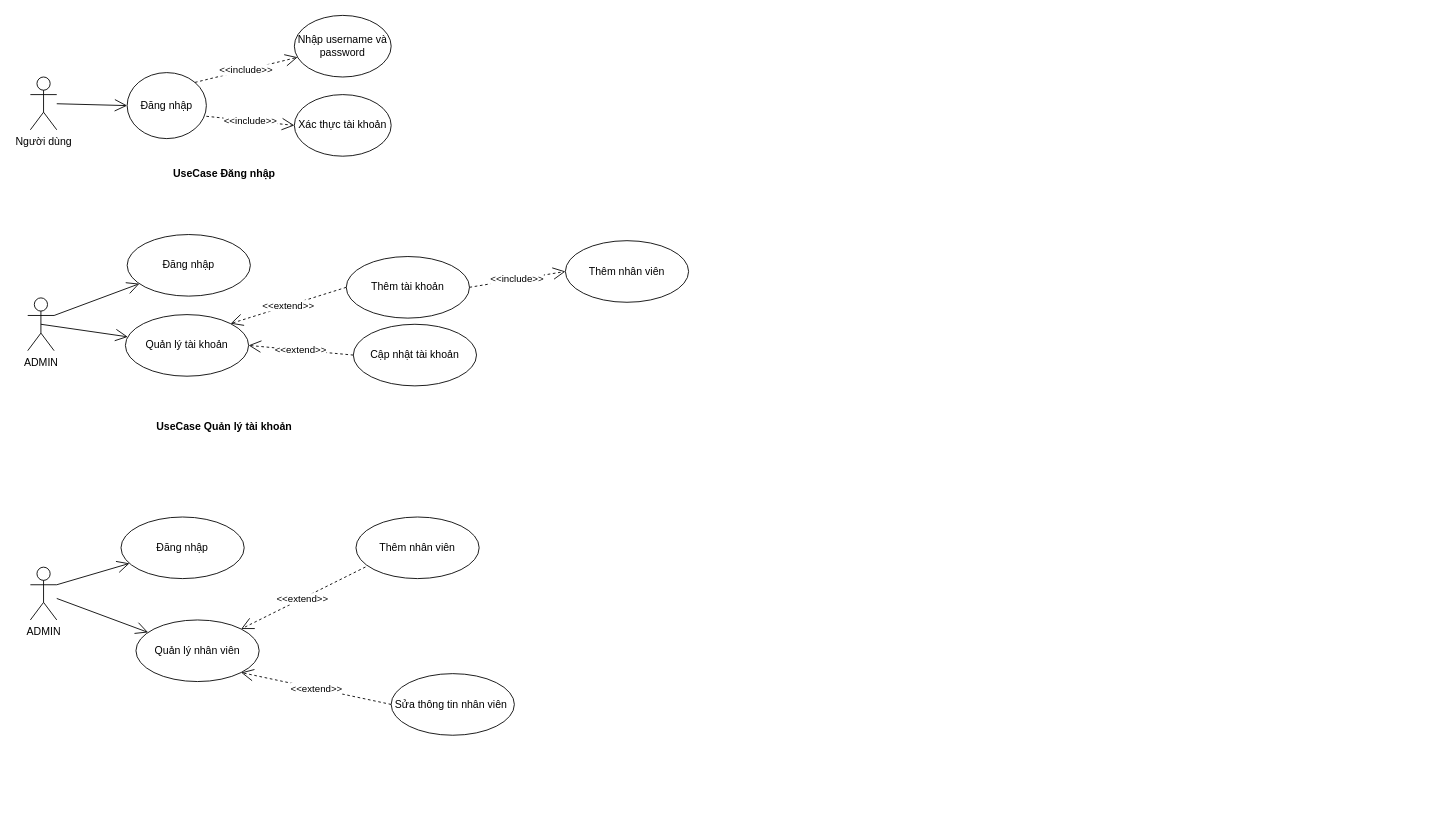
Above: page "UseCase" (2 of 3) of tttn.drawio in VanTruongPTITHCM2002/DoAnJava (draw.io), before the change. Source tidied: cells renumbered, new cells numbered last; positions are measured from the earlier drawing's top-left corner, leaving out a move shared by most shapes. Both pictures are drawn from the tidied source at 88%, with x=0, y=0 at pixel (27, 15).
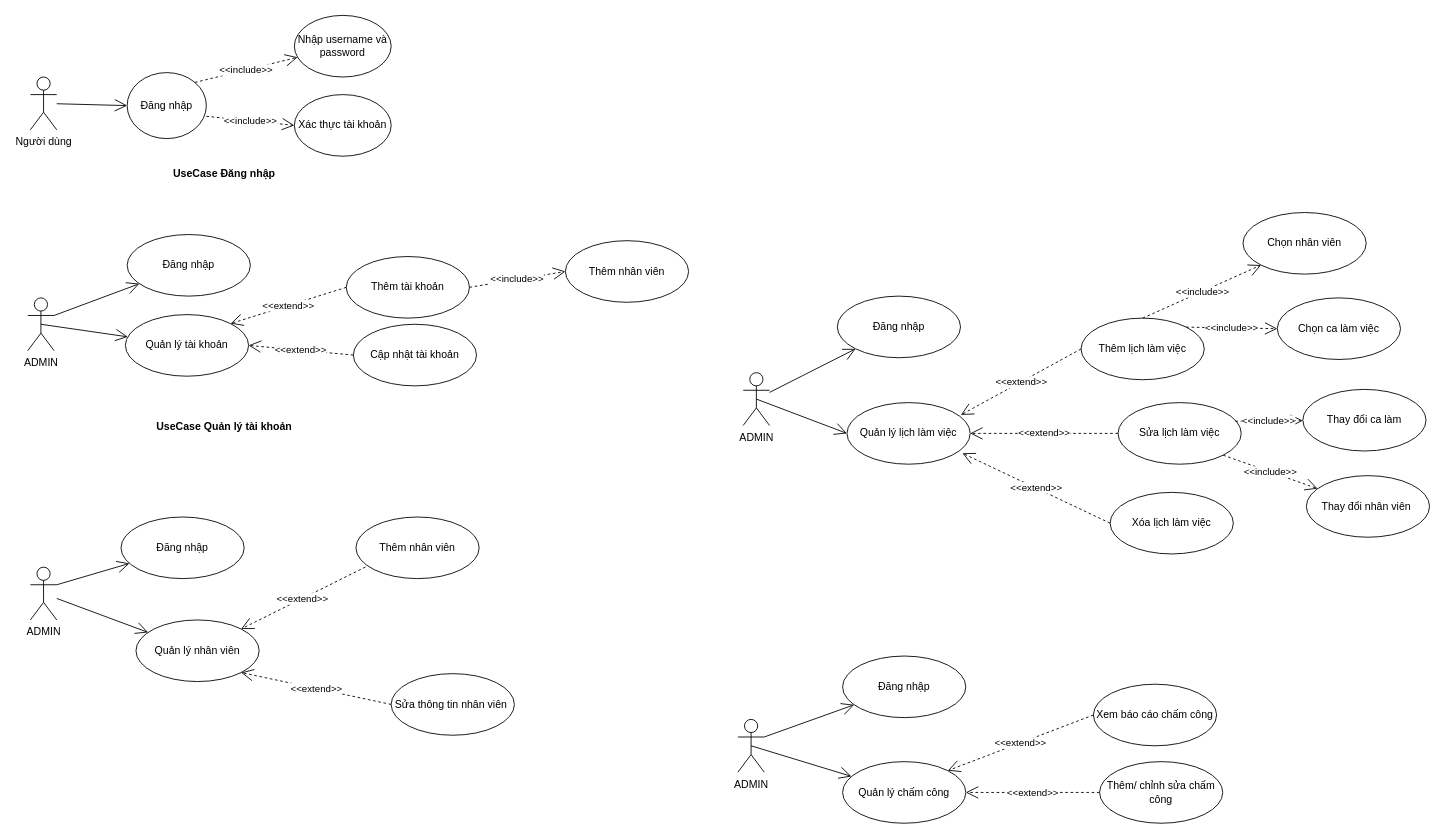
The same page after the edit.

The edit, as a diff of the source:
```diff
@@
+    <mxCell id="31" value="ADMIN" style="shape=umlActor;verticalLabelPosition=bottom;verticalAlign=top;html=1;outlineConnect=0;" parent="1" vertex="1">
+      <mxGeometry x="813" y="406" width="30" height="60" as="geometry" />
+    </mxCell>
+    <mxCell id="32" style="endArrow=open;endFill=1;endSize=12;html=1;rounded=0;" parent="1" edge="1" source="31" target="33">
+      <mxGeometry relative="1" as="geometry" />
+    </mxCell>
+    <mxCell id="33" value="Đăng nhập" style="ellipse;whiteSpace=wrap;html=1;" parent="1" vertex="1">
+      <mxGeometry x="920" y="319" width="140" height="70" as="geometry" />
+    </mxCell>
+    <mxCell id="34" style="endArrow=open;endFill=1;endSize=12;html=1;rounded=0;exitX=0.5;exitY=0.5;exitDx=0;exitDy=0;exitPerimeter=0;entryX=0;entryY=0.5;entryDx=0;entryDy=0;" parent="1" edge="1" source="31" target="35">
+      <mxGeometry relative="1" as="geometry" />
+    </mxCell>
+    <mxCell id="35" value="Quản lý lịch làm việc" style="ellipse;whiteSpace=wrap;html=1;" parent="1" vertex="1">
+      <mxGeometry x="931" y="440" width="140" height="70" as="geometry" />
+    </mxCell>
+    <mxCell id="36" value="&amp;lt;&amp;lt;extend&amp;gt;&amp;gt;" style="endArrow=open;endSize=12;dashed=1;html=1;rounded=0;entryX=0.924;entryY=0.2;entryDx=0;entryDy=0;entryPerimeter=0;exitX=0;exitY=0.5;exitDx=0;exitDy=0;" parent="1" edge="1" source="39" target="35">
+      <mxGeometry relative="1" as="geometry" />
+    </mxCell>
+    <mxCell id="37" value="&amp;lt;&amp;lt;extend&amp;gt;&amp;gt;" style="endArrow=open;endSize=12;dashed=1;html=1;rounded=0;entryX=1;entryY=0.5;entryDx=0;entryDy=0;exitX=0;exitY=0.5;exitDx=0;exitDy=0;" parent="1" edge="1" source="40" target="35">
+      <mxGeometry relative="1" as="geometry" />
+    </mxCell>
+    <mxCell id="38" value="&amp;lt;&amp;lt;extend&amp;gt;&amp;gt;" style="endArrow=open;endSize=12;dashed=1;html=1;rounded=0;entryX=0.937;entryY=0.822;entryDx=0;entryDy=0;entryPerimeter=0;exitX=0;exitY=0.5;exitDx=0;exitDy=0;" parent="1" edge="1" source="41" target="35">
+      <mxGeometry relative="1" as="geometry" />
+    </mxCell>
+    <mxCell id="39" value="Thêm lịch làm việc" style="ellipse;whiteSpace=wrap;html=1;" parent="1" vertex="1">
+      <mxGeometry x="1197" y="344" width="140" height="70" as="geometry" />
+    </mxCell>
+    <mxCell id="40" value="Sửa lịch làm việc" style="ellipse;whiteSpace=wrap;html=1;" parent="1" vertex="1">
+      <mxGeometry x="1239" y="440" width="140" height="70" as="geometry" />
+    </mxCell>
+    <mxCell id="41" value="Xóa lịch làm việc" style="ellipse;whiteSpace=wrap;html=1;" parent="1" vertex="1">
+      <mxGeometry x="1230" y="542" width="140" height="70" as="geometry" />
+    </mxCell>
+    <mxCell id="42" value="&amp;lt;&amp;lt;include&amp;gt;&amp;gt;" style="endArrow=open;endSize=12;dashed=1;html=1;rounded=0;exitX=0.5;exitY=0;exitDx=0;exitDy=0;entryX=0;entryY=1;entryDx=0;entryDy=0;" parent="1" edge="1" source="39" target="43">
+      <mxGeometry relative="1" as="geometry" />
+    </mxCell>
+    <mxCell id="43" value="Chọn nhân viên" style="ellipse;whiteSpace=wrap;html=1;" parent="1" vertex="1">
+      <mxGeometry x="1381" y="224" width="140" height="70" as="geometry" />
+    </mxCell>
+    <mxCell id="44" value="&amp;lt;&amp;lt;include&amp;gt;&amp;gt;" style="endArrow=open;endSize=12;dashed=1;html=1;rounded=0;exitX=1;exitY=0;exitDx=0;exitDy=0;entryX=0;entryY=0.5;entryDx=0;entryDy=0;" parent="1" edge="1" source="39" target="45">
+      <mxGeometry relative="1" as="geometry" />
+    </mxCell>
+    <mxCell id="45" value="Chọn ca làm việc" style="ellipse;whiteSpace=wrap;html=1;" parent="1" vertex="1">
+      <mxGeometry x="1420" y="321" width="140" height="70" as="geometry" />
+    </mxCell>
+    <mxCell id="46" value="&amp;lt;&amp;lt;include&amp;gt;&amp;gt;" style="endArrow=open;endSize=12;dashed=1;html=1;rounded=0;exitX=0.952;exitY=0.302;exitDx=0;exitDy=0;exitPerimeter=0;" parent="1" edge="1" source="40" target="48">
+      <mxGeometry relative="1" as="geometry" />
+    </mxCell>
+    <mxCell id="47" value="&amp;lt;&amp;lt;include&amp;gt;&amp;gt;" style="endArrow=open;endSize=12;dashed=1;html=1;rounded=0;exitX=1;exitY=1;exitDx=0;exitDy=0;" parent="1" edge="1" source="40" target="49">
+      <mxGeometry relative="1" as="geometry" />
+    </mxCell>
+    <mxCell id="48" value="Thay đổi ca làm" style="ellipse;whiteSpace=wrap;html=1;" parent="1" vertex="1">
+      <mxGeometry x="1449" y="425" width="140" height="70" as="geometry" />
+    </mxCell>
+    <mxCell id="49" value="Thay đổi nhân viên&amp;nbsp;" style="ellipse;whiteSpace=wrap;html=1;" parent="1" vertex="1">
+      <mxGeometry x="1453" y="523" width="140" height="70" as="geometry" />
+    </mxCell>
+    <mxCell id="50" value="ADMIN" style="shape=umlActor;verticalLabelPosition=bottom;verticalAlign=top;html=1;" parent="1" vertex="1">
+      <mxGeometry x="807" y="800" width="30" height="60" as="geometry" />
+    </mxCell>
+    <mxCell id="51" style="endArrow=open;endFill=1;endSize=12;html=1;rounded=0;exitX=1;exitY=0.3333333333333333;exitDx=0;exitDy=0;exitPerimeter=0;" parent="1" edge="1" source="50" target="52">
+      <mxGeometry relative="1" as="geometry" />
+    </mxCell>
+    <mxCell id="52" value="Đăng nhập" style="ellipse;whiteSpace=wrap;html=1;" parent="1" vertex="1">
+      <mxGeometry x="926" y="728" width="140" height="70" as="geometry" />
+    </mxCell>
+    <mxCell id="53" style="endArrow=open;endFill=1;endSize=12;html=1;rounded=0;exitX=0.5;exitY=0.5;exitDx=0;exitDy=0;exitPerimeter=0;" parent="1" edge="1" source="50" target="54">
+      <mxGeometry relative="1" as="geometry" />
+    </mxCell>
+    <mxCell id="54" value="Quản lý chấm công" style="ellipse;whiteSpace=wrap;html=1;" parent="1" vertex="1">
+      <mxGeometry x="926" y="848" width="140" height="70" as="geometry" />
+    </mxCell>
+    <mxCell id="55" value="&amp;lt;&amp;lt;extend&amp;gt;&amp;gt;" style="endArrow=open;endSize=12;dashed=1;html=1;rounded=0;entryX=1;entryY=0;entryDx=0;entryDy=0;exitX=0;exitY=0.5;exitDx=0;exitDy=0;" parent="1" edge="1" source="56" target="54">
+      <mxGeometry relative="1" as="geometry" />
+    </mxCell>
+    <mxCell id="56" value="Xem báo cáo chấm công" style="ellipse;whiteSpace=wrap;html=1;" parent="1" vertex="1">
+      <mxGeometry x="1211" y="760" width="140" height="70" as="geometry" />
+    </mxCell>
+    <mxCell id="57" value="&amp;lt;&amp;lt;extend&amp;gt;&amp;gt;" style="endArrow=open;endSize=12;dashed=1;html=1;rounded=0;entryX=1;entryY=0.5;entryDx=0;entryDy=0;exitX=0;exitY=0.5;exitDx=0;exitDy=0;" parent="1" edge="1" source="58" target="54">
+      <mxGeometry relative="1" as="geometry" />
+    </mxCell>
+    <mxCell id="58" value="Thêm/ chỉnh sửa chấm công" style="ellipse;whiteSpace=wrap;html=1;" parent="1" vertex="1">
+      <mxGeometry x="1218" y="848" width="140" height="70" as="geometry" />
+    </mxCell>
```
